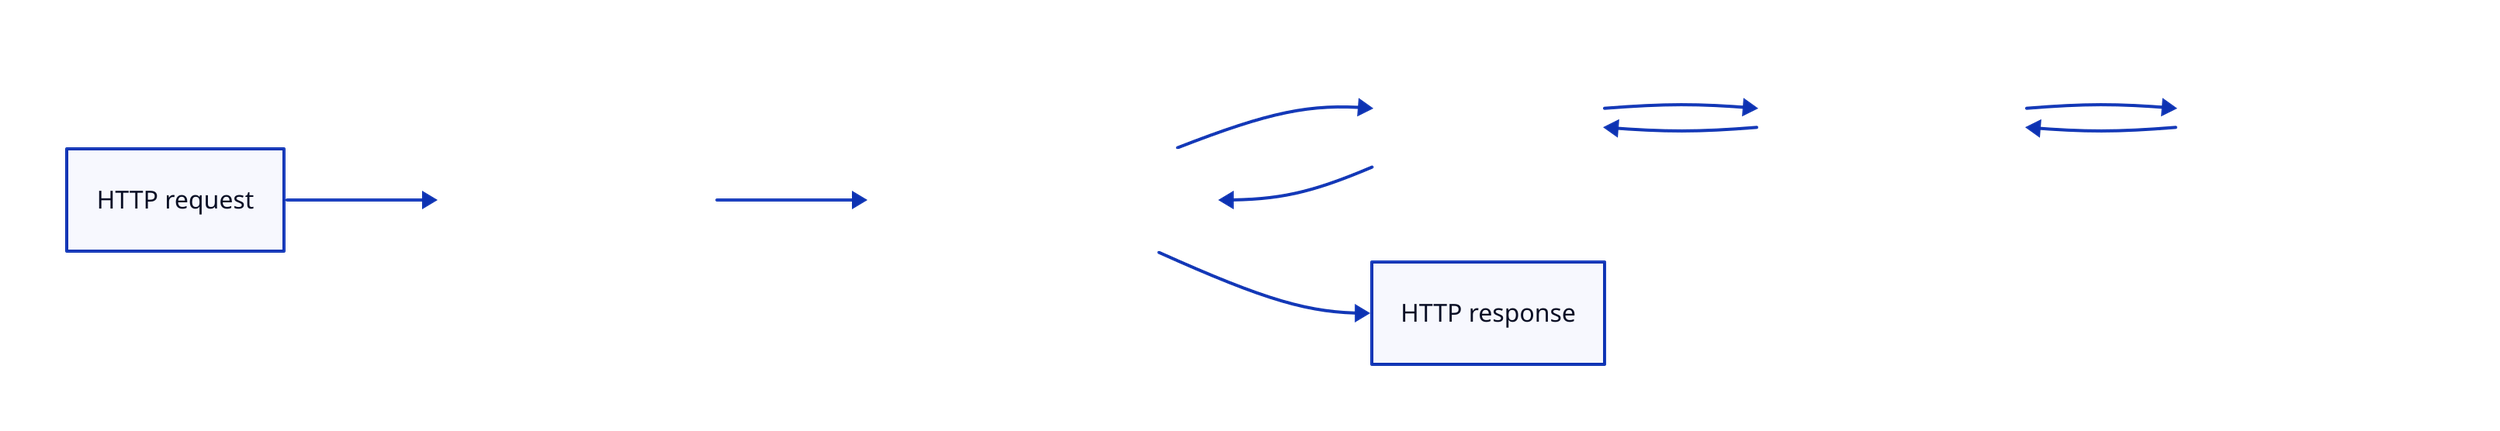
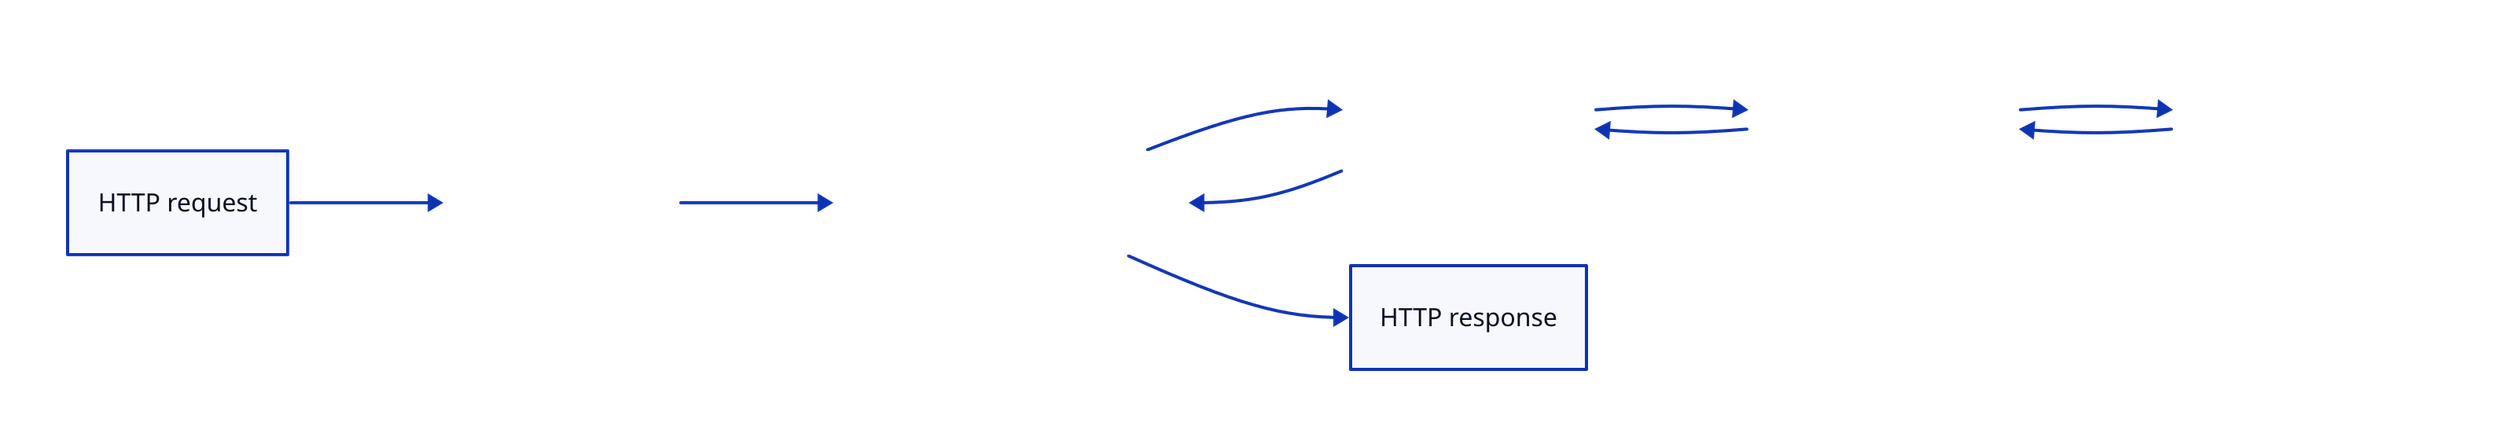
style: {
    fill: transparent
}

vars: {
    d2-config: {
        pad: 42
    }
}

direction: right

Request: {
    shape: rectangle
    label: HTTP request
}

Middleware: {
    shape: rectangle
    label: |md
        ### Middleware
-         bind call/principal context
+         inv.bind authn/tenant
    |
}

EndpointFeature: {
    shape: rectangle
    label: |md
        ### Endpoint feature
        validation · ETag · idempotency
    |
}

- Usecase: {
+ Handler: {
    shape: rectangle
    style: {
        stroke: "#4a90d9"
    }
    label: |md
-         ### Usecase
-         application operation
+         ### Handler
+         registry.resolve(op, ctx)
    |
}

Port: {
    shape: rectangle
    label: |md
        ### Port
        DocumentCommandPort
    |
}

Adapter: {
    shape: rectangle
    style: {
        stroke: "#2e7d32"
    }
    label: |md
        ### Adapter
        Postgres / Mongo / Mock
    |
}

Response: {
    shape: rectangle
    label: HTTP response
}

- Request -> Middleware -> EndpointFeature -> Usecase -> Port -> Adapter
- Adapter -> Port -> Usecase -> EndpointFeature -> Response
+ Request -> Middleware -> EndpointFeature -> Handler -> Port -> Adapter
+ Adapter -> Port -> Handler -> EndpointFeature -> Response
